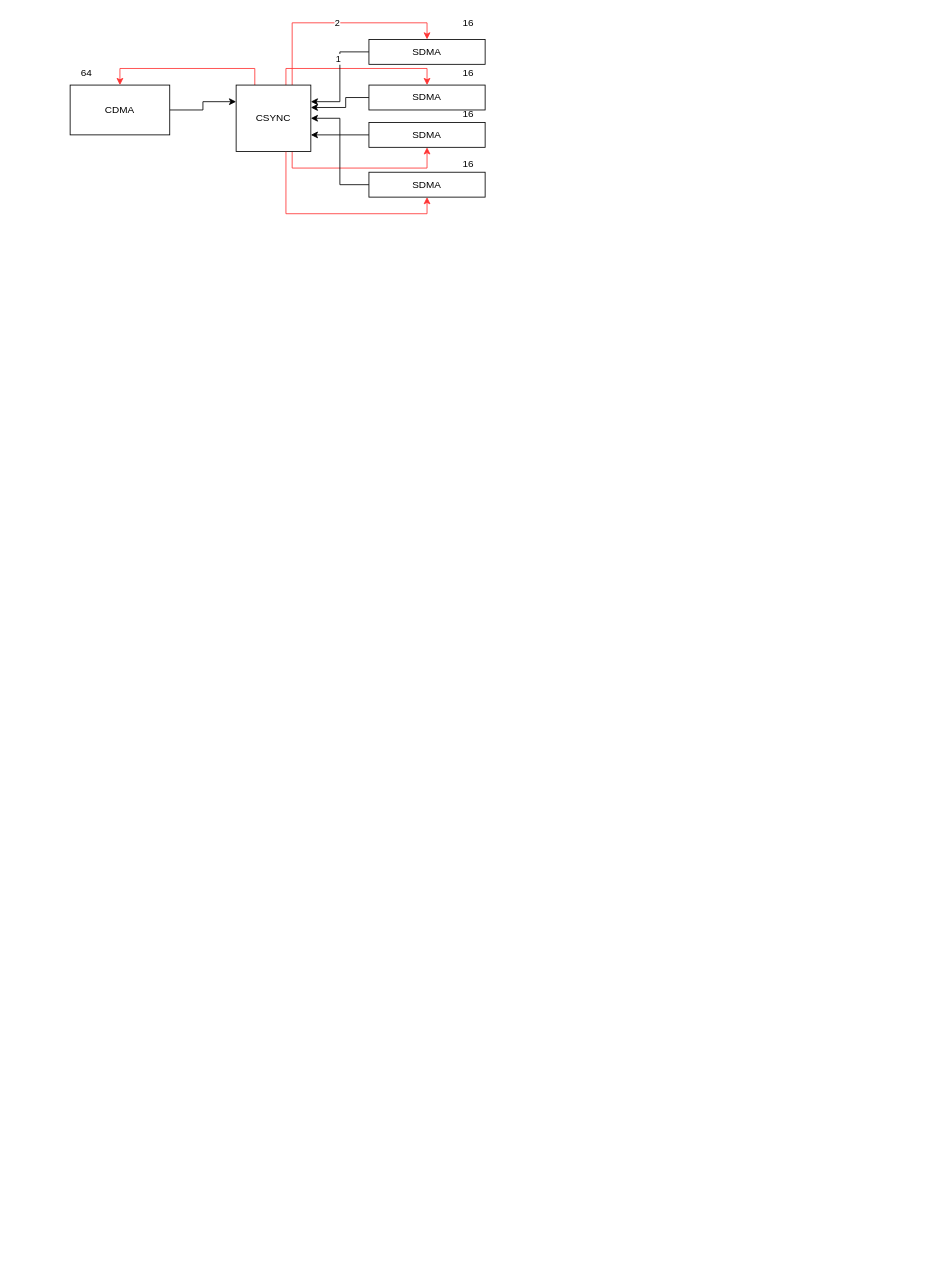
Above: page "Page-7" (7 of 8) of csync_conn.drawio in huntershuai/file_sync (draw.io), before the change. Source tidied: cells renumbered, new cells numbered last; positions are measured from the earlier drawing's top-left corner, leaving out a move shared by most shapes. Both pictures are drawn from the tidied source at 83%, with x=0, y=0 at pixel (70, 14).
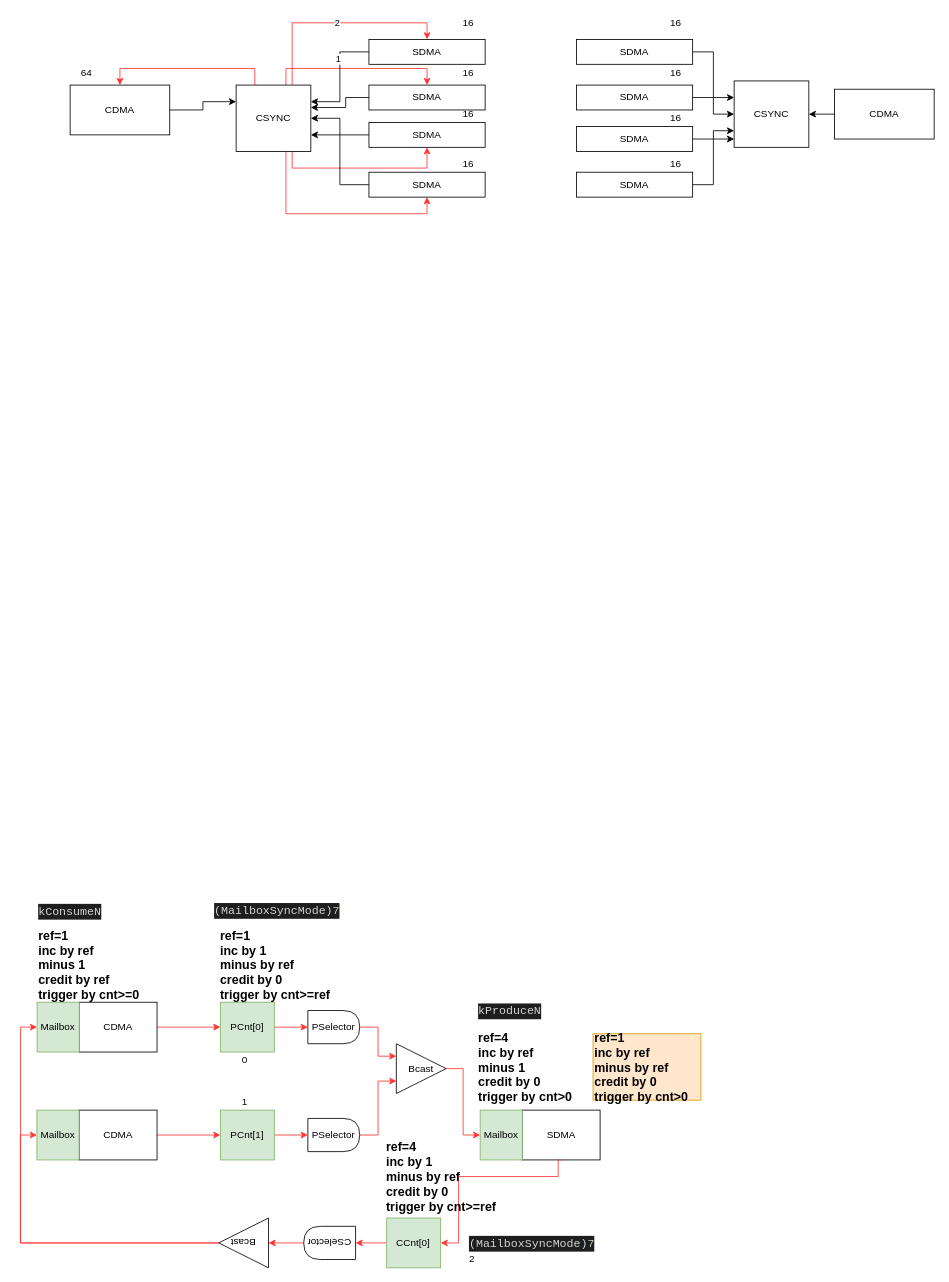
The same page after the edit.

Change to the diagram source:
```diff
@@
+    <mxCell id="25" style="edgeStyle=orthogonalEdgeStyle;rounded=0;jettySize=auto;html=1;entryX=0;entryY=0.25;entryDx=0;entryDy=0;" parent="1" edge="1" source="26" target="37">
+      <mxGeometry relative="1" as="geometry" />
+    </mxCell>
+    <mxCell id="26" value="SDMA" style="rounded=0;whiteSpace=wrap;html=1;" parent="1" vertex="1">
+      <mxGeometry x="610" y="30" width="140" height="30" as="geometry" />
+    </mxCell>
+    <mxCell id="27" style="edgeStyle=orthogonalEdgeStyle;rounded=0;jettySize=auto;html=1;exitX=1;exitY=0.5;exitDx=0;exitDy=0;entryX=0;entryY=0.5;entryDx=0;entryDy=0;" parent="1" edge="1" source="28" target="37">
+      <mxGeometry relative="1" as="geometry" />
+    </mxCell>
+    <mxCell id="28" value="SDMA" style="rounded=0;whiteSpace=wrap;html=1;" parent="1" vertex="1">
+      <mxGeometry x="610" y="85" width="140" height="30" as="geometry" />
+    </mxCell>
+    <mxCell id="29" style="edgeStyle=orthogonalEdgeStyle;rounded=0;jettySize=auto;html=1;exitX=1;exitY=0.5;exitDx=0;exitDy=0;entryX=0;entryY=0.75;entryDx=0;entryDy=0;" parent="1" edge="1" source="30" target="37">
+      <mxGeometry relative="1" as="geometry" />
+    </mxCell>
+    <mxCell id="30" value="SDMA" style="rounded=0;whiteSpace=wrap;html=1;" parent="1" vertex="1">
+      <mxGeometry x="610" y="135" width="140" height="30" as="geometry" />
+    </mxCell>
+    <mxCell id="31" style="edgeStyle=orthogonalEdgeStyle;rounded=0;jettySize=auto;html=1;exitX=1;exitY=0.5;exitDx=0;exitDy=0;entryX=0;entryY=0.875;entryDx=0;entryDy=0;entryPerimeter=0;" parent="1" edge="1" source="32" target="37">
+      <mxGeometry relative="1" as="geometry" />
+    </mxCell>
+    <mxCell id="32" value="SDMA" style="rounded=0;whiteSpace=wrap;html=1;" parent="1" vertex="1">
+      <mxGeometry x="610" y="190" width="140" height="30" as="geometry" />
+    </mxCell>
+    <mxCell id="33" value="16" style="text;html=1;strokeColor=none;fillColor=none;align=center;verticalAlign=middle;whiteSpace=wrap;rounded=0;" parent="1" vertex="1">
+      <mxGeometry x="710" width="40" height="20" as="geometry" />
+    </mxCell>
+    <mxCell id="34" value="16" style="text;html=1;strokeColor=none;fillColor=none;align=center;verticalAlign=middle;whiteSpace=wrap;rounded=0;" parent="1" vertex="1">
+      <mxGeometry x="710" y="60" width="40" height="20" as="geometry" />
+    </mxCell>
+    <mxCell id="35" value="16" style="text;html=1;strokeColor=none;fillColor=none;align=center;verticalAlign=middle;whiteSpace=wrap;rounded=0;" parent="1" vertex="1">
+      <mxGeometry x="710" y="115" width="40" height="20" as="geometry" />
+    </mxCell>
+    <mxCell id="36" value="16" style="text;html=1;strokeColor=none;fillColor=none;align=center;verticalAlign=middle;whiteSpace=wrap;rounded=0;" parent="1" vertex="1">
+      <mxGeometry x="710" y="170" width="40" height="20" as="geometry" />
+    </mxCell>
+    <mxCell id="37" value="CSYNC" style="rounded=0;whiteSpace=wrap;html=1;" parent="1" vertex="1">
+      <mxGeometry x="800" y="80" width="90" height="80" as="geometry" />
+    </mxCell>
+    <mxCell id="38" style="edgeStyle=orthogonalEdgeStyle;rounded=0;jettySize=auto;html=1;exitX=0;exitY=0.5;exitDx=0;exitDy=0;entryX=1;entryY=0.5;entryDx=0;entryDy=0;" parent="1" edge="1" source="39" target="37">
+      <mxGeometry relative="1" as="geometry" />
+    </mxCell>
+    <mxCell id="39" value="CDMA" style="rounded=0;whiteSpace=wrap;html=1;" parent="1" vertex="1">
+      <mxGeometry x="921" y="90" width="120" height="60" as="geometry" />
+    </mxCell>
+    <mxCell id="40" style="edgeStyle=none;rounded=0;jettySize=auto;html=1;exitX=1;exitY=0.5;exitDx=0;exitDy=0;entryX=0;entryY=0.5;entryDx=0;entryDy=0;strokeColor=#FF3333;fontColor=#000000;" parent="1" edge="1" source="58" target="45">
+      <mxGeometry relative="1" as="geometry" />
+    </mxCell>
+    <mxCell id="41" style="edgeStyle=none;rounded=0;jettySize=auto;html=1;exitX=1;exitY=0.5;exitDx=0;exitDy=0;entryX=0;entryY=0.5;entryDx=0;entryDy=0;strokeColor=#FF3333;fontColor=#000000;" parent="1" edge="1" source="59" target="47">
+      <mxGeometry relative="1" as="geometry" />
+    </mxCell>
+    <mxCell id="42" style="edgeStyle=orthogonalEdgeStyle;rounded=0;jettySize=auto;html=1;exitX=1;exitY=0.5;exitDx=0;exitDy=0;entryX=0;entryY=0.75;entryDx=0;entryDy=0;strokeColor=#FF3333;fontColor=#000000;" parent="1" edge="1" source="43" target="49">
+      <mxGeometry relative="1" as="geometry" />
+    </mxCell>
+    <mxCell id="43" value="PSelector" style="shape=delay;whiteSpace=wrap;html=1;shadow=0;strokeColor=#000000;fontColor=#000000;" parent="1" vertex="1">
+      <mxGeometry x="286.4" y="1330" width="62.5" height="40" as="geometry" />
+    </mxCell>
+    <mxCell id="44" style="edgeStyle=none;rounded=0;jettySize=auto;html=1;exitX=1;exitY=0.5;exitDx=0;exitDy=0;entryX=0;entryY=0.5;entryDx=0;entryDy=0;strokeColor=#FF3333;fontColor=#000000;" parent="1" edge="1" source="45" target="66">
+      <mxGeometry relative="1" as="geometry" />
+    </mxCell>
+    <mxCell id="45" value="PCnt[0]" style="rounded=0;whiteSpace=wrap;html=1;shadow=0;strokeColor=#82b366;fillColor=#d5e8d4;" parent="1" vertex="1">
+      <mxGeometry x="181" y="1190" width="65" height="60" as="geometry" />
+    </mxCell>
+    <mxCell id="46" style="edgeStyle=none;rounded=0;jettySize=auto;html=1;exitX=1;exitY=0.5;exitDx=0;exitDy=0;entryX=0;entryY=0.5;entryDx=0;entryDy=0;strokeColor=#FF3333;fontColor=#000000;" parent="1" edge="1" source="47" target="43">
+      <mxGeometry relative="1" as="geometry" />
+    </mxCell>
+    <mxCell id="47" value="PCnt[1]" style="rounded=0;whiteSpace=wrap;html=1;shadow=0;strokeColor=#82b366;fillColor=#d5e8d4;" parent="1" vertex="1">
+      <mxGeometry x="181" y="1320" width="65" height="60" as="geometry" />
+    </mxCell>
+    <mxCell id="48" style="edgeStyle=orthogonalEdgeStyle;rounded=0;jettySize=auto;html=1;exitX=1;exitY=0.5;exitDx=0;exitDy=0;entryX=0;entryY=0.5;entryDx=0;entryDy=0;strokeColor=#FF3333;fontColor=#000000;" parent="1" edge="1" source="49" target="64">
+      <mxGeometry relative="1" as="geometry" />
+    </mxCell>
+    <mxCell id="49" value="Bcast" style="triangle;whiteSpace=wrap;html=1;shadow=0;strokeColor=#000000;fontColor=#000000;" parent="1" vertex="1">
+      <mxGeometry x="393" y="1240" width="60" height="60" as="geometry" />
+    </mxCell>
+    <mxCell id="50" value="&lt;font style=&quot;font-size: 15px&quot;&gt;&lt;b&gt;ref=1&lt;br&gt;inc by 1&lt;br&gt;minus by ref&lt;br&gt;credit by 0&amp;nbsp;&lt;br&gt;trigger by cnt&amp;gt;=ref&lt;/b&gt;&lt;/font&gt;" style="text;html=1;align=left;verticalAlign=middle;fontColor=#000000;" parent="1" vertex="1">
+      <mxGeometry x="179" y="1105" width="150" height="80" as="geometry" />
+    </mxCell>
+    <mxCell id="51" style="edgeStyle=none;rounded=0;jettySize=auto;html=1;exitX=1;exitY=0.5;exitDx=0;exitDy=0;entryX=0;entryY=0.5;entryDx=0;entryDy=0;strokeColor=#FF3333;fontColor=#000000;" parent="1" edge="1" source="52" target="55">
+      <mxGeometry relative="1" as="geometry" />
+    </mxCell>
+    <mxCell id="52" value="CSelector" style="shape=delay;whiteSpace=wrap;html=1;shadow=0;strokeColor=#000000;fontColor=#000000;rotation=-180;" parent="1" vertex="1">
+      <mxGeometry x="281.4" y="1460" width="62.5" height="40" as="geometry" />
+    </mxCell>
+    <mxCell id="53" style="edgeStyle=orthogonalEdgeStyle;rounded=0;jettySize=auto;html=1;exitX=1;exitY=0.5;exitDx=0;exitDy=0;entryX=0;entryY=0.5;entryDx=0;entryDy=0;strokeColor=#FF3333;fontColor=#000000;" parent="1" edge="1" source="55" target="61">
+      <mxGeometry relative="1" as="geometry">
+        <Array as="points">
+          <mxPoint x="-60" y="1480" />
+          <mxPoint x="-60" y="1350" />
+        </Array>
+      </mxGeometry>
+    </mxCell>
+    <mxCell id="54" style="edgeStyle=orthogonalEdgeStyle;rounded=0;jettySize=auto;html=1;exitX=1;exitY=0.5;exitDx=0;exitDy=0;entryX=0;entryY=0.5;entryDx=0;entryDy=0;strokeColor=#FF3333;fontColor=#000000;" parent="1" edge="1" source="55" target="60">
+      <mxGeometry relative="1" as="geometry" />
+    </mxCell>
+    <mxCell id="55" value="Bcast" style="triangle;whiteSpace=wrap;html=1;shadow=0;strokeColor=#000000;fontColor=#000000;rotation=-180;" parent="1" vertex="1">
+      <mxGeometry x="179" y="1450" width="60" height="60" as="geometry" />
+    </mxCell>
+    <mxCell id="56" style="group;" parent="1" vertex="1">
+      <mxGeometry x="-40" y="1190" width="144.7" height="190" as="geometry" />
+    </mxCell>
+    <mxCell id="57" style="group;" parent="56" vertex="1">
+      <mxGeometry width="144.7" height="190" as="geometry" />
+    </mxCell>
+    <mxCell id="58" value="CDMA" style="rounded=0;whiteSpace=wrap;html=1;shadow=0;" parent="57" vertex="1">
+      <mxGeometry x="50.8" width="93.9" height="60" as="geometry" />
+    </mxCell>
+    <mxCell id="59" value="CDMA" style="rounded=0;whiteSpace=wrap;html=1;shadow=0;" parent="57" vertex="1">
+      <mxGeometry x="50.8" y="130" width="93.9" height="60" as="geometry" />
+    </mxCell>
+    <mxCell id="60" value="Mailbox" style="rounded=0;whiteSpace=wrap;html=1;shadow=0;strokeColor=#82b366;fillColor=#d5e8d4;" parent="57" vertex="1">
+      <mxGeometry x="0.2" width="50.8" height="60" as="geometry" />
+    </mxCell>
+    <mxCell id="61" value="Mailbox" style="rounded=0;whiteSpace=wrap;html=1;shadow=0;strokeColor=#82b366;fillColor=#d5e8d4;" parent="57" vertex="1">
+      <mxGeometry y="130" width="50.8" height="60" as="geometry" />
+    </mxCell>
+    <mxCell id="62" value="SDMA" style="rounded=0;whiteSpace=wrap;html=1;shadow=0;" parent="1" vertex="1">
+      <mxGeometry x="544.6" y="1320" width="93.9" height="60" as="geometry" />
+    </mxCell>
+    <mxCell id="63" style="edgeStyle=orthogonalEdgeStyle;rounded=0;jettySize=auto;html=1;exitX=0.5;exitY=1;exitDx=0;exitDy=0;entryX=1;entryY=0.5;entryDx=0;entryDy=0;strokeColor=#FF3333;fontColor=#000000;" parent="1" edge="1" source="62" target="68">
+      <mxGeometry relative="1" as="geometry">
+        <Array as="points">
+          <mxPoint x="588" y="1400" />
+          <mxPoint x="468" y="1400" />
+          <mxPoint x="468" y="1480" />
+        </Array>
+      </mxGeometry>
+    </mxCell>
+    <mxCell id="64" value="Mailbox" style="rounded=0;whiteSpace=wrap;html=1;shadow=0;strokeColor=#82b366;fillColor=#d5e8d4;" parent="1" vertex="1">
+      <mxGeometry x="494" y="1320" width="50.8" height="60" as="geometry" />
+    </mxCell>
+    <mxCell id="65" style="edgeStyle=orthogonalEdgeStyle;rounded=0;jettySize=auto;html=1;exitX=1;exitY=0.5;exitDx=0;exitDy=0;entryX=0;entryY=0.25;entryDx=0;entryDy=0;strokeColor=#FF3333;fontColor=#000000;" parent="1" edge="1" source="66" target="49">
+      <mxGeometry relative="1" as="geometry" />
+    </mxCell>
+    <mxCell id="66" value="PSelector" style="shape=delay;whiteSpace=wrap;html=1;shadow=0;strokeColor=#000000;fontColor=#000000;" parent="1" vertex="1">
+      <mxGeometry x="286.4" y="1200" width="62.5" height="40" as="geometry" />
+    </mxCell>
+    <mxCell id="67" style="edgeStyle=orthogonalEdgeStyle;rounded=0;jettySize=auto;html=1;exitX=0;exitY=0.5;exitDx=0;exitDy=0;entryX=0;entryY=0.5;entryDx=0;entryDy=0;strokeColor=#FF3333;fontColor=#000000;" parent="1" edge="1" source="68" target="52">
+      <mxGeometry relative="1" as="geometry" />
+    </mxCell>
+    <mxCell id="68" value="CCnt[0]" style="rounded=0;whiteSpace=wrap;html=1;shadow=0;strokeColor=#82b366;fillColor=#d5e8d4;" parent="1" vertex="1">
+      <mxGeometry x="381.4" y="1450" width="65" height="60" as="geometry" />
+    </mxCell>
+    <mxCell id="69" value="&lt;font style=&quot;font-size: 15px&quot;&gt;&lt;b&gt;ref=4&lt;br&gt;inc by ref&lt;br&gt;minus 1&lt;br&gt;credit by 0&lt;br&gt;trigger by cnt&amp;gt;0&lt;/b&gt;&lt;/font&gt;" style="text;html=1;align=left;verticalAlign=middle;fontColor=#000000;" parent="1" vertex="1">
+      <mxGeometry x="490" y="1228" width="130" height="80" as="geometry" />
+    </mxCell>
+    <mxCell id="70" value="&lt;font style=&quot;font-size: 15px&quot;&gt;&lt;b&gt;ref=4&lt;br&gt;inc by 1&lt;br&gt;minus by ref&lt;br&gt;credit by 0&lt;br&gt;trigger by cnt&amp;gt;=ref&lt;/b&gt;&lt;/font&gt;" style="text;html=1;align=left;verticalAlign=middle;fontColor=#000000;" parent="1" vertex="1">
+      <mxGeometry x="378.8" y="1360" width="150" height="80" as="geometry" />
+    </mxCell>
+    <mxCell id="71" value="&lt;font style=&quot;font-size: 15px&quot;&gt;&lt;b&gt;ref=1&lt;br&gt;inc by ref&lt;br&gt;minus 1&lt;br&gt;credit by ref&lt;br&gt;trigger by cnt&amp;gt;=0&lt;/b&gt;&lt;/font&gt;" style="text;html=1;align=left;verticalAlign=middle;fontColor=#000000;" parent="1" vertex="1">
+      <mxGeometry x="-40" y="1105" width="140" height="80" as="geometry" />
+    </mxCell>
+    <mxCell id="72" value="0" style="text;html=1;align=center;verticalAlign=middle;fontColor=#000000;" parent="1" vertex="1">
+      <mxGeometry x="200" y="1250" width="20" height="20" as="geometry" />
+    </mxCell>
+    <mxCell id="73" value="1" style="text;html=1;align=center;verticalAlign=middle;fontColor=#000000;" parent="1" vertex="1">
+      <mxGeometry x="200" y="1300" width="20" height="20" as="geometry" />
+    </mxCell>
+    <mxCell id="74" value="2" style="text;html=1;align=center;verticalAlign=middle;fontColor=#000000;" parent="1" vertex="1">
+      <mxGeometry x="474" y="1490" width="20" height="20" as="geometry" />
+    </mxCell>
+    <mxCell id="75" value="&lt;div style=&quot;color: rgb(212 , 212 , 212) ; background-color: rgb(30 , 30 , 30) ; font-family: &amp;#34;consolas&amp;#34; , &amp;#34;courier new&amp;#34; , monospace ; font-size: 14px ; line-height: 19px&quot;&gt;(MailboxSyncMode)&lt;span style=&quot;color: #b5cea8&quot;&gt;7&lt;/span&gt;&lt;/div&gt;" style="text;html=1;align=center;verticalAlign=middle;" parent="1" vertex="1">
+      <mxGeometry x="174" y="1070" width="150" height="20" as="geometry" />
+    </mxCell>
+    <mxCell id="76" value="&lt;div style=&quot;color: rgb(212, 212, 212); background-color: rgb(30, 30, 30); font-family: consolas, &amp;quot;courier new&amp;quot;, monospace; font-weight: normal; font-size: 14px; line-height: 19px;&quot;&gt;&lt;div&gt;&lt;span style=&quot;color: #d4d4d4&quot;&gt;kConsumeN&lt;/span&gt;&lt;/div&gt;&lt;/div&gt;" style="text;whiteSpace=wrap;html=1;" parent="1" vertex="1">
+      <mxGeometry x="-40" y="1065" width="90" height="30" as="geometry" />
+    </mxCell>
+    <mxCell id="77" value="&lt;div style=&quot;color: rgb(212, 212, 212); background-color: rgb(30, 30, 30); font-family: consolas, &amp;quot;courier new&amp;quot;, monospace; font-weight: normal; font-size: 14px; line-height: 19px;&quot;&gt;&lt;div&gt;&lt;span style=&quot;color: #d4d4d4&quot;&gt;(MailboxSyncMode)&lt;/span&gt;&lt;span style=&quot;color: #b5cea8&quot;&gt;7&lt;/span&gt;&lt;/div&gt;&lt;/div&gt;" style="text;whiteSpace=wrap;html=1;" parent="1" vertex="1">
+      <mxGeometry x="478.5" y="1465" width="160" height="30" as="geometry" />
+    </mxCell>
+    <mxCell id="78" value="&lt;div style=&quot;color: rgb(212, 212, 212); background-color: rgb(30, 30, 30); font-family: consolas, &amp;quot;courier new&amp;quot;, monospace; font-weight: normal; font-size: 14px; line-height: 19px;&quot;&gt;&lt;div&gt;&lt;span style=&quot;color: #d4d4d4&quot;&gt;kProduceN&lt;/span&gt;&lt;/div&gt;&lt;/div&gt;" style="text;whiteSpace=wrap;html=1;" parent="1" vertex="1">
+      <mxGeometry x="490" y="1185" width="90" height="30" as="geometry" />
+    </mxCell>
+    <mxCell id="79" value="&lt;font style=&quot;font-size: 15px&quot;&gt;&lt;b&gt;ref=1&lt;br&gt;inc by ref&lt;br&gt;minus by ref&lt;br&gt;credit by 0&lt;br&gt;trigger by cnt&amp;gt;0&lt;/b&gt;&lt;/font&gt;" style="text;html=1;align=left;verticalAlign=middle;fillColor=#ffe6cc;strokeColor=#d79b00;" parent="1" vertex="1">
+      <mxGeometry x="630" y="1228" width="130" height="80" as="geometry" />
+    </mxCell>
```
